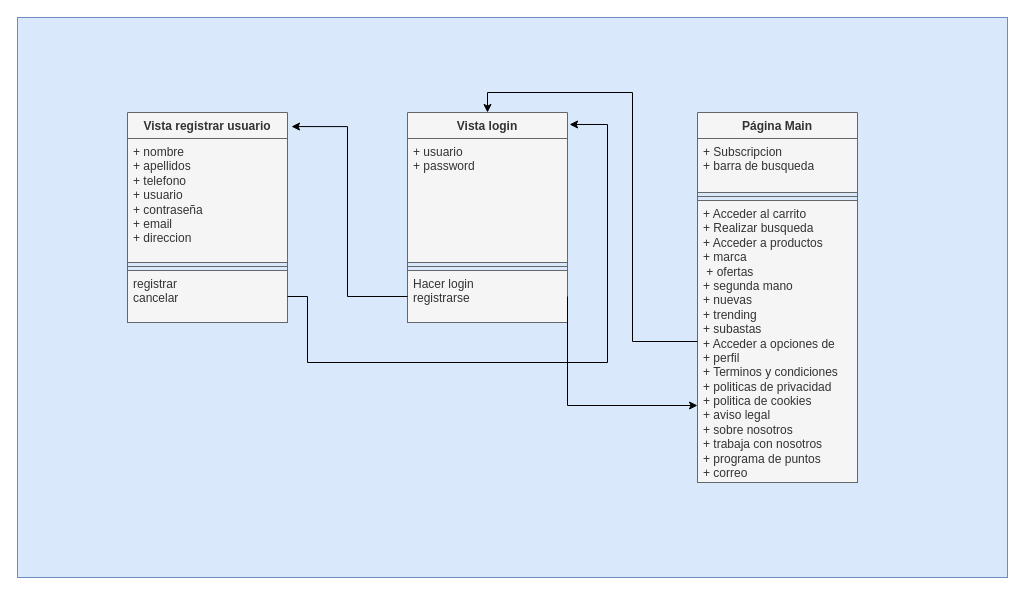
Aeyoz/dor-ayoze keeps this draw.io diagram as nueva_vista.drawio. Above is the earlier version. Source tidied: cells renumbered, new cells numbered last; positions are measured from the earlier drawing's top-left corner, leaving out a move shared by most shapes. Both pictures are drawn from the tidied source at 100%, with x=0, y=0 at pixel (17, 17).
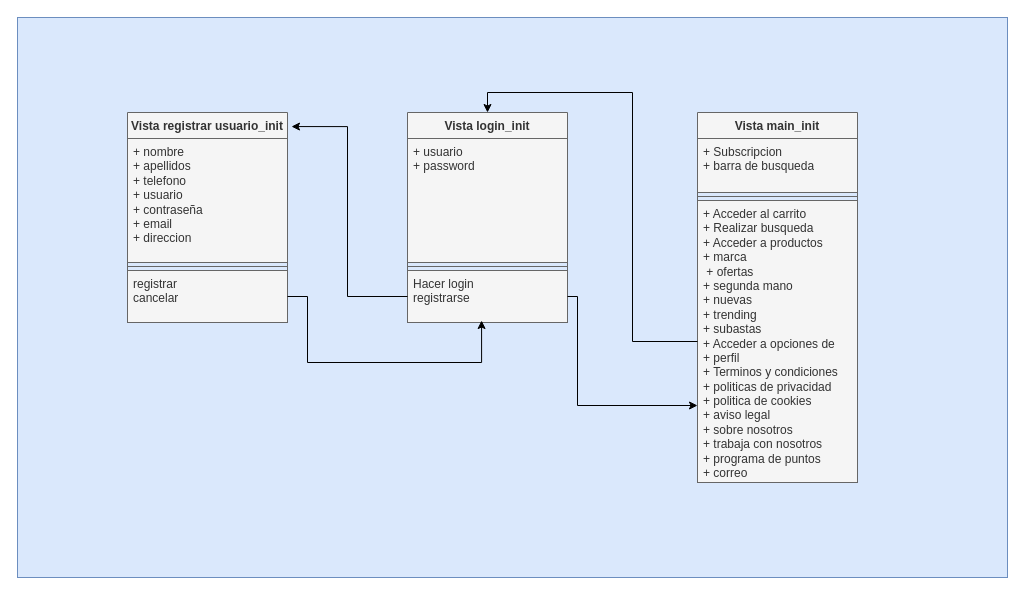
After the change.

Unchanged cells that the change refers to:
```xml
<mxCell id="6" value="&lt;div&gt;registrar&lt;/div&gt;&lt;div&gt;cancelar&lt;/div&gt;" style="text;strokeColor=#666666;fillColor=#f5f5f5;align=left;verticalAlign=top;spacingLeft=4;spacingRight=4;overflow=hidden;points=[[0,0.5],[1,0.5]];portConstraint=eastwest;whiteSpace=wrap;html=1;fontColor=#333333;" parent="3" vertex="1">
  <mxGeometry y="158" width="160" height="52" as="geometry" />
</mxCell>
<mxCell id="10" value="&lt;div&gt;Hacer login&lt;/div&gt;&lt;div&gt;registrarse&lt;br&gt;&lt;/div&gt;" style="text;strokeColor=#666666;fillColor=#f5f5f5;align=left;verticalAlign=top;spacingLeft=4;spacingRight=4;overflow=hidden;points=[[0,0.5],[1,0.5]];portConstraint=eastwest;whiteSpace=wrap;html=1;fontColor=#333333;" parent="7" vertex="1">
  <mxGeometry y="158" width="160" height="52" as="geometry" />
</mxCell>
<mxCell id="16" value="&lt;div&gt;+ Acceder al carrito&lt;/div&gt;&lt;div&gt;+ Realizar busqueda&lt;/div&gt;&lt;div&gt;+ Acceder a productos&lt;/div&gt;&lt;div&gt;+ marca&lt;/div&gt;&lt;div&gt;&amp;nbsp;+ ofertas&lt;/div&gt;&lt;div&gt;+ segunda mano&lt;/div&gt;&lt;div&gt;+ nuevas&lt;/div&gt;&lt;div&gt;+ trending&lt;br&gt;&lt;/div&gt;&lt;div&gt;+ subastas&lt;/div&gt;&lt;div&gt;+ Acceder a opciones de&amp;nbsp;&lt;/div&gt;&lt;div&gt;+ perfil&lt;/div&gt;&lt;div&gt;+ Terminos y condiciones &lt;/div&gt;&lt;div&gt;+ politicas de privacidad&lt;br&gt;&lt;/div&gt;&lt;div&gt;+ politica de cookies&lt;/div&gt;&lt;div&gt;+ aviso legal&lt;br&gt;&lt;/div&gt;&lt;div&gt;+ sobre nosotros&lt;br&gt;&lt;/div&gt;&lt;div&gt;+ trabaja con nosotros&lt;/div&gt;&lt;div&gt;+ programa de puntos&lt;/div&gt;&lt;div&gt;+ correo&lt;/div&gt;&lt;div&gt;&lt;br&gt;&lt;/div&gt;" style="text;strokeColor=#666666;fillColor=#f5f5f5;align=left;verticalAlign=top;spacingLeft=4;spacingRight=4;overflow=hidden;points=[[0,0.5],[1,0.5]];portConstraint=eastwest;whiteSpace=wrap;html=1;fontColor=#333333;" parent="13" vertex="1">
  <mxGeometry y="88" width="160" height="282" as="geometry" />
</mxCell>
```

Change to the diagram source:
```diff
@@
-    <mxCell id="3" value="Vista registrar usuario" style="swimlane;fontStyle=1;align=center;verticalAlign=top;horizontal=1;startSize=26;whiteSpace=wrap;html=1;fillColor=#f5f5f5;fontColor=#333333;strokeColor=#666666;" parent="1" vertex="1">
+    <mxCell id="3" value="Vista registrar usuario_init" style="swimlane;fontStyle=1;align=center;verticalAlign=top;horizontal=1;startSize=26;whiteSpace=wrap;html=1;fillColor=#f5f5f5;fontColor=#333333;strokeColor=#666666;" parent="1" vertex="1">
       <mxGeometry x="110" y="95" width="160" height="210" as="geometry" />
     </mxCell>
@@
-    <mxCell id="7" value="Vista login" style="swimlane;fontStyle=1;align=center;verticalAlign=top;horizontal=1;startSize=26;whiteSpace=wrap;html=1;fillColor=#f5f5f5;fontColor=#333333;strokeColor=#666666;" parent="1" vertex="1">
+    <mxCell id="7" value="Vista login_init" style="swimlane;fontStyle=1;align=center;verticalAlign=top;horizontal=1;startSize=26;whiteSpace=wrap;html=1;fillColor=#f5f5f5;fontColor=#333333;strokeColor=#666666;" parent="1" vertex="1">
       <mxGeometry x="390" y="95" width="160" height="210" as="geometry" />
     </mxCell>
@@
-    <mxCell id="12" style="edgeStyle=orthogonalEdgeStyle;rounded=0;jettySize=auto;html=1;exitX=1;exitY=0.5;exitDx=0;exitDy=0;entryX=1.013;entryY=0.057;entryDx=0;entryDy=0;entryPerimeter=0;" parent="1" edge="1" source="6" target="7">
+    <mxCell id="12" style="edgeStyle=orthogonalEdgeStyle;rounded=0;jettySize=auto;html=1;exitX=1;exitY=0.5;exitDx=0;exitDy=0;entryX=0.463;entryY=0.962;entryDx=0;entryDy=0;entryPerimeter=0;" parent="1" edge="1" source="6" target="10">
       <mxGeometry relative="1" as="geometry">
         <Array as="points">
           <mxPoint x="290" y="279" />
           <mxPoint x="290" y="345" />
-          <mxPoint x="590" y="345" />
-          <mxPoint x="590" y="107" />
+          <mxPoint x="464" y="345" />
         </Array>
       </mxGeometry>
     </mxCell>
-    <mxCell id="13" value="Página Main" style="swimlane;fontStyle=1;align=center;verticalAlign=top;horizontal=1;startSize=26;whiteSpace=wrap;html=1;fillColor=#f5f5f5;fontColor=#333333;strokeColor=#666666;" parent="1" vertex="1">
+    <mxCell id="13" value="Vista main_init" style="swimlane;fontStyle=1;align=center;verticalAlign=top;horizontal=1;startSize=26;whiteSpace=wrap;html=1;fillColor=#f5f5f5;fontColor=#333333;strokeColor=#666666;" parent="1" vertex="1">
       <mxGeometry x="680" y="95" width="160" height="370" as="geometry" />
     </mxCell>
@@
     <mxCell id="18" style="edgeStyle=orthogonalEdgeStyle;rounded=0;jettySize=auto;html=1;exitX=1;exitY=0.5;exitDx=0;exitDy=0;entryX=0;entryY=0.727;entryDx=0;entryDy=0;entryPerimeter=0;" parent="1" edge="1" source="10" target="16">
       <mxGeometry relative="1" as="geometry">
         <Array as="points">
-          <mxPoint x="550" y="388" />
+          <mxPoint x="560" y="279" />
+          <mxPoint x="560" y="388" />
         </Array>
       </mxGeometry>
     </mxCell>
```
